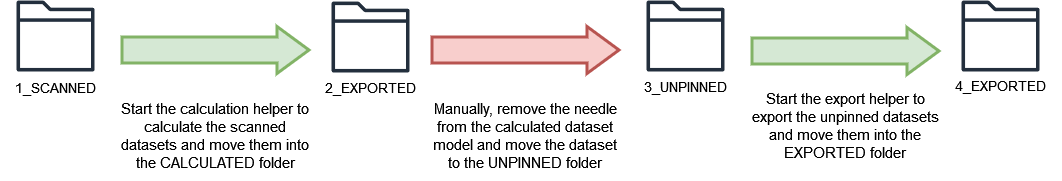
The draw.io diagram docs/folders.png in ETHEntColl/Metashape_Helper, before a commit. Source tidied: cells renumbered, new cells last; positions are measured from the earlier drawing's top-left corner, leaving out a move shared by most shapes.
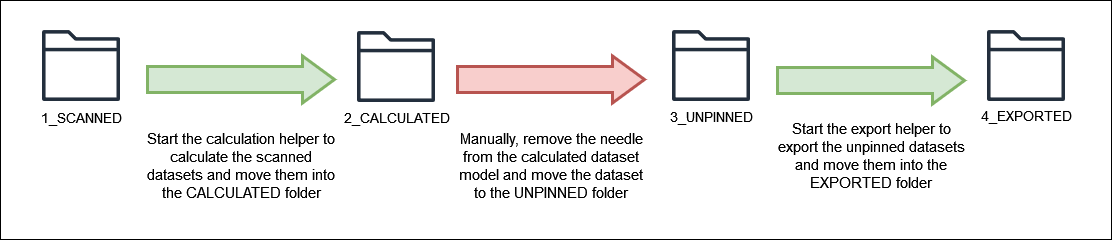
After the change.

What changed in the source:
```diff
@@ -3,70 +3,76 @@
     <mxCell id="0" />
     <mxCell id="1" parent="0" />
     <mxCell id="2" style="group;" parent="1" vertex="1">
-      <mxGeometry width="1060" height="180" as="geometry" />
+      <mxGeometry width="1111" height="239" as="geometry" />
     </mxCell>
-    <mxCell id="3" style="shape=flexArrow;endArrow=classic;html=1;rounded=0;endWidth=18;endSize=9.67;width=24;strokeWidth=3;fillColor=#d5e8d4;strokeColor=#82b366;" parent="2" edge="1">
-      <mxGeometry relative="1" as="geometry">
-        <mxPoint x="120" y="49.5" as="sourcePoint" />
-        <mxPoint x="310" y="49.5" as="targetPoint" />
-      </mxGeometry>
+    <mxCell id="3" style="rounded=0;whiteSpace=wrap;html=1;" parent="2" vertex="1">
+      <mxGeometry width="1111" height="239" as="geometry" />
     </mxCell>
-    <mxCell id="4" value="Start the calculation helper to calculate the scanned datasets and move them into the CALCULATED folder" style="text;html=1;strokeColor=none;fillColor=none;align=center;verticalAlign=middle;whiteSpace=wrap;rounded=0;fontSize=15;" parent="2" vertex="1">
-      <mxGeometry x="120" y="90" width="190" height="90" as="geometry" />
+    <mxCell id="4" style="group;" parent="2" vertex="1">
+      <mxGeometry x="25.5" y="29.5" width="1060" height="180" as="geometry" />
     </mxCell>
-    <mxCell id="5" style="group;" parent="2" vertex="1">
-      <mxGeometry width="110" height="102" as="geometry" />
+    <mxCell id="5" style="shape=flexArrow;endArrow=classic;html=1;rounded=0;endWidth=18;endSize=9.67;width=24;strokeWidth=3;fillColor=#d5e8d4;strokeColor=#82b366;" parent="4" edge="1">
+      <mxGeometry relative="1" as="geometry">
+        <mxPoint x="120" y="49.5" as="sourcePoint" />
+        <mxPoint x="310" y="49.5" as="targetPoint" />
+      </mxGeometry>
     </mxCell>
-    <mxCell id="6" style="sketch=0;fontColor=#232F3E;gradientColor=none;fillColor=#232F3D;strokeColor=none;dashed=0;verticalLabelPosition=bottom;verticalAlign=top;align=center;html=1;fontSize=12;fontStyle=0;shape=mxgraph.aws4.folder;" parent="5" vertex="1">
-      <mxGeometry x="16" width="78" height="71" as="geometry" />
+    <mxCell id="6" value="Start the calculation helper to calculate the scanned datasets and move them into the CALCULATED folder" style="text;html=1;strokeColor=none;fillColor=none;align=center;verticalAlign=middle;whiteSpace=wrap;rounded=0;fontSize=15;" parent="4" vertex="1">
+      <mxGeometry x="120" y="90" width="190" height="90" as="geometry" />
     </mxCell>
-    <mxCell id="7" value="1_SCANNED" style="text;html=1;align=center;verticalAlign=middle;strokeColor=none;fillColor=none;fontSize=14;" parent="5" vertex="1">
-      <mxGeometry y="72" width="110" height="30" as="geometry" />
+    <mxCell id="7" style="group;" parent="4" vertex="1">
+      <mxGeometry width="110" height="102" as="geometry" />
     </mxCell>
-    <mxCell id="8" style="group;" parent="2" vertex="1">
-      <mxGeometry x="310" y="1" width="120" height="101" as="geometry" />
+    <mxCell id="8" style="sketch=0;fontColor=#232F3E;gradientColor=none;fillColor=#232F3D;strokeColor=none;dashed=0;verticalLabelPosition=bottom;verticalAlign=top;align=center;html=1;fontSize=12;fontStyle=0;shape=mxgraph.aws4.folder;" parent="7" vertex="1">
+      <mxGeometry x="16" width="78" height="71" as="geometry" />
     </mxCell>
-    <mxCell id="9" style="sketch=0;fontColor=#232F3E;gradientColor=none;fillColor=#232F3D;strokeColor=none;dashed=0;verticalLabelPosition=bottom;verticalAlign=top;align=center;html=1;fontSize=12;fontStyle=0;shape=mxgraph.aws4.folder;" parent="8" vertex="1">
-      <mxGeometry x="21" width="78" height="71" as="geometry" />
+    <mxCell id="9" value="1_SCANNED" style="text;html=1;align=center;verticalAlign=middle;strokeColor=none;fillColor=none;fontSize=14;" parent="7" vertex="1">
+      <mxGeometry y="72" width="110" height="30" as="geometry" />
     </mxCell>
-    <mxCell id="10" value="2_EXPORTED" style="text;html=1;align=center;verticalAlign=middle;strokeColor=none;fillColor=none;fontSize=14;" parent="8" vertex="1">
-      <mxGeometry y="71" width="120" height="30" as="geometry" />
+    <mxCell id="10" style="group;" parent="4" vertex="1">
+      <mxGeometry x="310" y="1" width="123" height="101" as="geometry" />
     </mxCell>
-    <mxCell id="11" style="group;" parent="2" vertex="1">
-      <mxGeometry x="630" width="110" height="101" as="geometry" />
+    <mxCell id="11" style="sketch=0;fontColor=#232F3E;gradientColor=none;fillColor=#232F3D;strokeColor=none;dashed=0;verticalLabelPosition=bottom;verticalAlign=top;align=center;html=1;fontSize=12;fontStyle=0;shape=mxgraph.aws4.folder;" parent="10" vertex="1">
+      <mxGeometry x="21" width="78" height="71" as="geometry" />
     </mxCell>
-    <mxCell id="12" style="sketch=0;fontColor=#232F3E;gradientColor=none;fillColor=#232F3D;strokeColor=none;dashed=0;verticalLabelPosition=bottom;verticalAlign=top;align=center;html=1;fontSize=12;fontStyle=0;shape=mxgraph.aws4.folder;" parent="11" vertex="1">
-      <mxGeometry x="16" width="78" height="71" as="geometry" />
+    <mxCell id="12" value="&lt;div&gt;2_CALCULATED&lt;/div&gt;" style="text;html=1;align=center;verticalAlign=middle;strokeColor=none;fillColor=none;fontSize=14;" parent="10" vertex="1">
+      <mxGeometry x="-2" y="72" width="125" height="29" as="geometry" />
     </mxCell>
-    <mxCell id="13" value="3_UNPINNED" style="text;html=1;align=center;verticalAlign=middle;strokeColor=none;fillColor=none;fontSize=14;" parent="11" vertex="1">
-      <mxGeometry y="71" width="110" height="30" as="geometry" />
+    <mxCell id="13" style="group;" parent="4" vertex="1">
+      <mxGeometry x="630" width="110" height="101" as="geometry" />
     </mxCell>
-    <mxCell id="14" style="group;" parent="2" vertex="1">
-      <mxGeometry x="940" width="120" height="100" as="geometry" />
+    <mxCell id="14" style="sketch=0;fontColor=#232F3E;gradientColor=none;fillColor=#232F3D;strokeColor=none;dashed=0;verticalLabelPosition=bottom;verticalAlign=top;align=center;html=1;fontSize=12;fontStyle=0;shape=mxgraph.aws4.folder;" parent="13" vertex="1">
+      <mxGeometry x="16" width="78" height="71" as="geometry" />
     </mxCell>
-    <mxCell id="15" style="sketch=0;fontColor=#232F3E;gradientColor=none;fillColor=#232F3D;strokeColor=none;dashed=0;verticalLabelPosition=bottom;verticalAlign=top;align=center;html=1;fontSize=12;fontStyle=0;shape=mxgraph.aws4.folder;" parent="14" vertex="1">
-      <mxGeometry x="21" width="78" height="71" as="geometry" />
+    <mxCell id="15" value="3_UNPINNED" style="text;html=1;align=center;verticalAlign=middle;strokeColor=none;fillColor=none;fontSize=14;" parent="13" vertex="1">
+      <mxGeometry y="71" width="110" height="30" as="geometry" />
     </mxCell>
-    <mxCell id="16" value="4_EXPORTED" style="text;html=1;align=center;verticalAlign=middle;strokeColor=none;fillColor=none;fontSize=14;" parent="14" vertex="1">
-      <mxGeometry y="70" width="120" height="30" as="geometry" />
+    <mxCell id="16" style="group;" parent="4" vertex="1">
+      <mxGeometry x="940" width="120" height="100" as="geometry" />
     </mxCell>
-    <mxCell id="17" style="shape=flexArrow;endArrow=classic;html=1;rounded=0;endWidth=18;endSize=9.67;width=24;strokeWidth=3;fillColor=#f8cecc;strokeColor=#b85450;" parent="2" edge="1">
-      <mxGeometry relative="1" as="geometry">
-        <mxPoint x="430" y="49.5" as="sourcePoint" />
-        <mxPoint x="620" y="49.5" as="targetPoint" />
-      </mxGeometry>
+    <mxCell id="17" style="sketch=0;fontColor=#232F3E;gradientColor=none;fillColor=#232F3D;strokeColor=none;dashed=0;verticalLabelPosition=bottom;verticalAlign=top;align=center;html=1;fontSize=12;fontStyle=0;shape=mxgraph.aws4.folder;" parent="16" vertex="1">
+      <mxGeometry x="21" width="78" height="71" as="geometry" />
     </mxCell>
-    <mxCell id="18" style="shape=flexArrow;endArrow=classic;html=1;rounded=0;endWidth=18;endSize=9.67;width=24;strokeWidth=3;fillColor=#d5e8d4;strokeColor=#82b366;" parent="2" edge="1">
-      <mxGeometry relative="1" as="geometry">
-        <mxPoint x="750" y="50.5" as="sourcePoint" />
-        <mxPoint x="940" y="50.5" as="targetPoint" />
-      </mxGeometry>
+    <mxCell id="18" value="4_EXPORTED" style="text;html=1;align=center;verticalAlign=middle;strokeColor=none;fillColor=none;fontSize=14;" parent="16" vertex="1">
+      <mxGeometry y="70" width="120" height="30" as="geometry" />
     </mxCell>
-    <mxCell id="19" value="Manually, remove the needle from the calculated dataset model and move the dataset to the UNPINNED folder" style="text;html=1;strokeColor=none;fillColor=none;align=center;verticalAlign=middle;whiteSpace=wrap;rounded=0;fontSize=15;" parent="2" vertex="1">
-      <mxGeometry x="430" y="90" width="190" height="90" as="geometry" />
+    <mxCell id="19" style="shape=flexArrow;endArrow=classic;html=1;rounded=0;endWidth=18;endSize=9.67;width=24;strokeWidth=3;fillColor=#f8cecc;strokeColor=#b85450;" parent="4" edge="1">
+      <mxGeometry relative="1" as="geometry">
+        <mxPoint x="430" y="49.5" as="sourcePoint" />
+        <mxPoint x="620" y="49.5" as="targetPoint" />
+      </mxGeometry>
     </mxCell>
-    <mxCell id="20" value="Start the export helper to export the unpinned datasets and move them into the EXPORTED folder" style="text;html=1;strokeColor=none;fillColor=none;align=center;verticalAlign=middle;whiteSpace=wrap;rounded=0;fontSize=15;" parent="2" vertex="1">
-      <mxGeometry x="750" y="90" width="190" height="70" as="geometry" />
+    <mxCell id="20" style="shape=flexArrow;endArrow=classic;html=1;rounded=0;endWidth=18;endSize=9.67;width=24;strokeWidth=3;fillColor=#d5e8d4;strokeColor=#82b366;" parent="4" edge="1">
+      <mxGeometry relative="1" as="geometry">
+        <mxPoint x="750" y="50.5" as="sourcePoint" />
+        <mxPoint x="940" y="50.5" as="targetPoint" />
+      </mxGeometry>
     </mxCell>
+    <mxCell id="21" value="Manually, remove the needle from the calculated dataset model and move the dataset to the UNPINNED folder" style="text;html=1;strokeColor=none;fillColor=none;align=center;verticalAlign=middle;whiteSpace=wrap;rounded=0;fontSize=15;" parent="4" vertex="1">
+      <mxGeometry x="430" y="90" width="190" height="90" as="geometry" />
+    </mxCell>
+    <mxCell id="22" value="Start the export helper to export the unpinned datasets and move them into the EXPORTED folder" style="text;html=1;strokeColor=none;fillColor=none;align=center;verticalAlign=middle;whiteSpace=wrap;rounded=0;fontSize=15;" parent="4" vertex="1">
+      <mxGeometry x="750" y="90" width="190" height="70" as="geometry" />
+    </mxCell>
   </root>
 </mxGraphModel>
```
